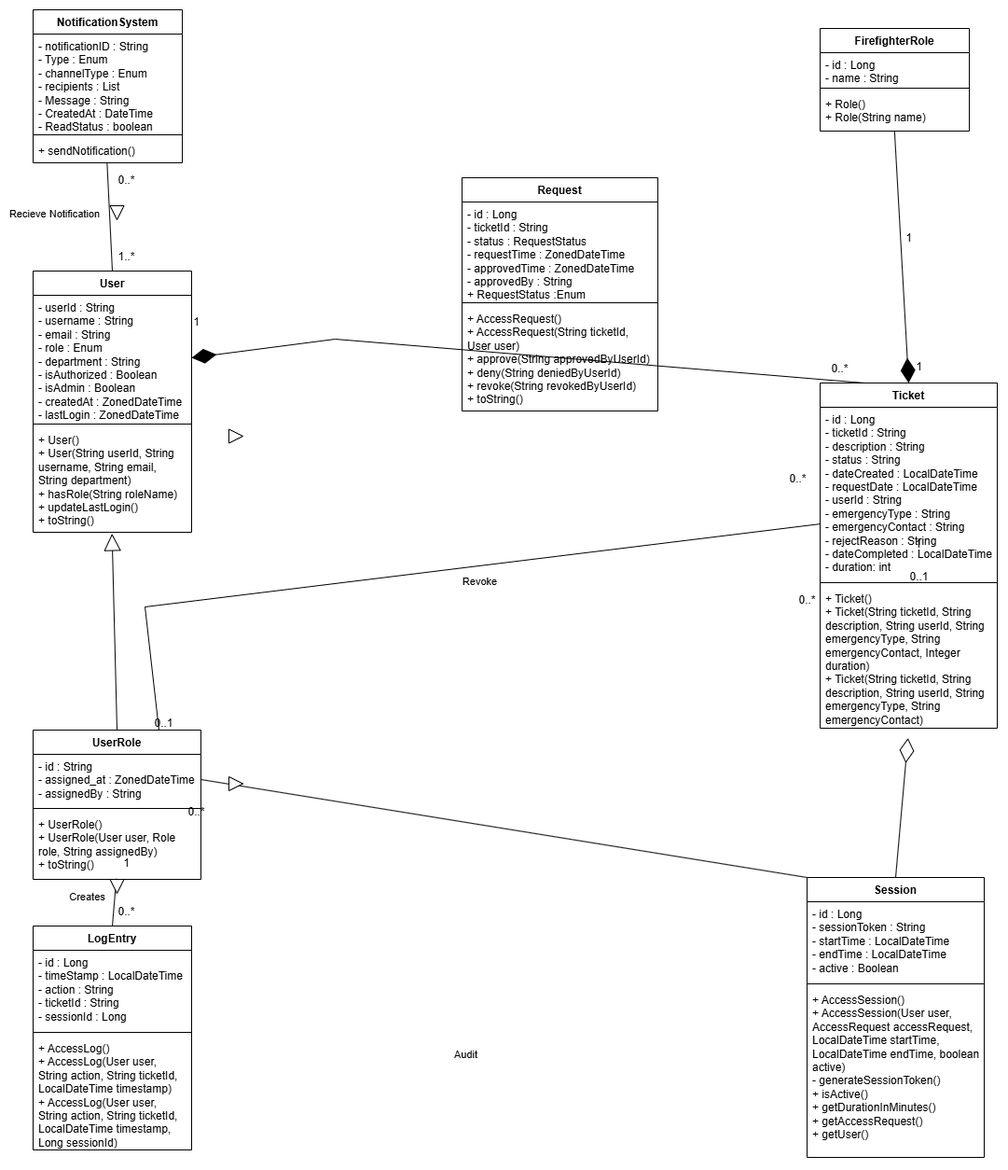
Before: Documentation/Domain Model.png, a diagram exported from draw.io (COS301-SE-2025/Fire-Fighter). Source tidied: cells renumbered, new cells last; positions are measured from the earlier drawing's top-left corner, leaving out a move shared by most shapes.
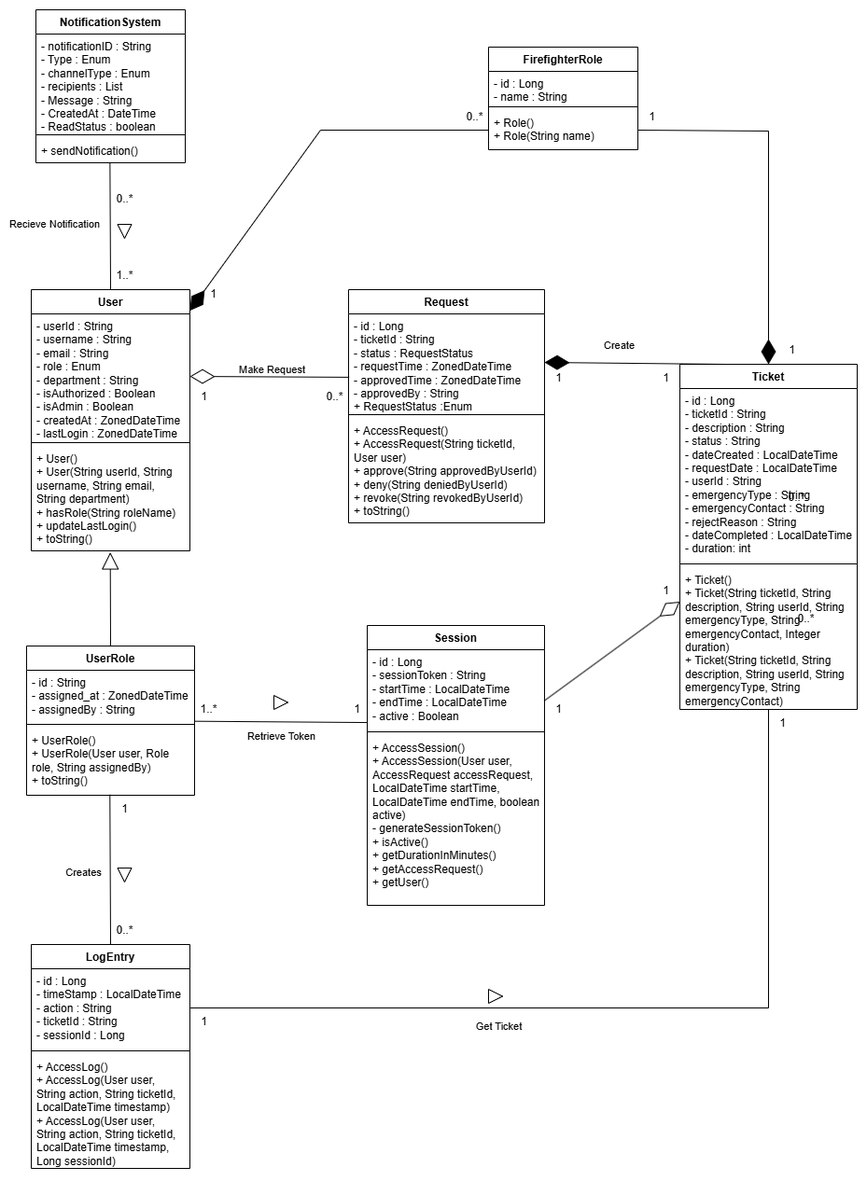
Later version of the same file.

The edit, as a diff of the source:
```diff
@@ -17,3 +17,3 @@
     <mxCell id="6" value="FirefighterRole" style="swimlane;fontStyle=1;align=center;verticalAlign=top;horizontal=1;startSize=26;whiteSpace=wrap;html=1;" parent="1" vertex="1">
-      <mxGeometry x="844" y="20" width="160" height="110" as="geometry" />
+      <mxGeometry x="490" y="20" width="160" height="110" as="geometry" />
     </mxCell>
@@ -29,3 +29,3 @@
     <mxCell id="10" value="Ticket&lt;div&gt;&lt;br&gt;&lt;/div&gt;" style="swimlane;fontStyle=1;align=center;verticalAlign=top;horizontal=1;startSize=26;whiteSpace=wrap;html=1;" parent="1" vertex="1">
-      <mxGeometry x="844" y="400" width="190" height="370" as="geometry" />
+      <mxGeometry x="695" y="360" width="190" height="370" as="geometry" />
     </mxCell>
@@ -41,3 +41,3 @@
     <mxCell id="14" value="Session" style="swimlane;fontStyle=1;align=center;verticalAlign=top;horizontal=1;startSize=26;whiteSpace=wrap;html=1;" parent="1" vertex="1">
-      <mxGeometry x="830" y="930" width="190" height="300" as="geometry" />
+      <mxGeometry x="360" y="640" width="190" height="300" as="geometry" />
     </mxCell>
@@ -53,3 +53,3 @@
     <mxCell id="18" value="UserRole" style="swimlane;fontStyle=1;align=center;verticalAlign=top;horizontal=1;startSize=26;whiteSpace=wrap;html=1;" parent="1" vertex="1">
-      <mxGeometry y="772" width="180" height="160" as="geometry" />
+      <mxGeometry x="-5" y="662" width="180" height="160" as="geometry" />
     </mxCell>
@@ -65,3 +65,3 @@
     <mxCell id="22" value="NotificationSystem" style="swimlane;fontStyle=1;align=center;verticalAlign=top;horizontal=1;startSize=26;whiteSpace=wrap;html=1;" parent="1" vertex="1">
-      <mxGeometry width="160" height="164" as="geometry" />
+      <mxGeometry x="5" y="-20" width="160" height="164" as="geometry" />
     </mxCell>
@@ -88,12 +88,17 @@
     </mxCell>
-    <mxCell id="30" style="endArrow=diamondThin;endFill=1;endSize=24;html=1;rounded=0;exitX=0.499;exitY=0.999;exitDx=0;exitDy=0;entryX=0.5;entryY=0;entryDx=0;entryDy=0;exitPerimeter=0;" parent="1" edge="1" source="9" target="10">
-      <mxGeometry relative="1" as="geometry" />
+    <mxCell id="30" style="endArrow=diamondThin;endFill=1;endSize=24;html=1;rounded=0;" parent="1" edge="1" source="9" target="2">
+      <mxGeometry relative="1" as="geometry">
+        <Array as="points">
+          <mxPoint x="310" y="109" />
+        </Array>
+      </mxGeometry>
     </mxCell>
-    <mxCell id="31" style="endArrow=diamondThin;endFill=1;endSize=24;html=1;rounded=0;exitX=0.25;exitY=0;exitDx=0;exitDy=0;entryX=1;entryY=0.5;entryDx=0;entryDy=0;" parent="1" edge="1" source="10" target="3">
-      <mxGeometry relative="1" as="geometry">
-        <Array as="points">
-          <mxPoint x="324" y="353" />
-        </Array>
-      </mxGeometry>
+    <mxCell id="31" style="endArrow=diamondThin;endFill=1;endSize=24;html=1;rounded=0;exitX=0.25;exitY=0;exitDx=0;exitDy=0;entryX=1;entryY=0.5;entryDx=0;entryDy=0;" parent="1" edge="1" source="10" target="61">
+      <mxGeometry relative="1" as="geometry" />
     </mxCell>
+    <mxCell id="64" value="Create" style="edgeLabel;html=1;align=center;verticalAlign=middle;" parent="31" vertex="1">
+      <mxGeometry x="-0.02" relative="1" as="geometry">
+        <mxPoint x="-18" y="-19" as="offset" />
+      </mxGeometry>
+    </mxCell>
     <mxCell id="32" style="endArrow=none;html=1;rounded=0;exitX=0.5;exitY=0;exitDx=0;exitDy=0;entryX=0.496;entryY=1.028;entryDx=0;entryDy=0;entryPerimeter=0;" parent="1" edge="1" source="2" target="25">
@@ -106,14 +111,2 @@
     </mxCell>
-    <mxCell id="34" style="endArrow=none;html=1;rounded=0;entryX=-0.001;entryY=0.68;entryDx=0;entryDy=0;exitX=0.75;exitY=0;exitDx=0;exitDy=0;entryPerimeter=0;" parent="1" edge="1" source="18" target="11">
-      <mxGeometry relative="1" as="geometry">
-        <Array as="points">
-          <mxPoint x="120" y="640" />
-        </Array>
-      </mxGeometry>
-    </mxCell>
-    <mxCell id="35" value="Revoke" style="edgeLabel;html=1;align=center;verticalAlign=middle;" parent="34" vertex="1">
-      <mxGeometry x="0.05" y="4" relative="1" as="geometry">
-        <mxPoint x="42" y="16" as="offset" />
-      </mxGeometry>
-    </mxCell>
     <mxCell id="36" style="endArrow=block;endSize=16;endFill=0;html=1;rounded=0;exitX=0.5;exitY=0;exitDx=0;exitDy=0;entryX=0.498;entryY=1.013;entryDx=0;entryDy=0;entryPerimeter=0;" parent="1" edge="1" source="18" target="5">
@@ -121,3 +114,3 @@
     </mxCell>
-    <mxCell id="37" style="endArrow=diamondThin;endFill=0;endSize=24;html=1;rounded=0;exitX=0.5;exitY=0;exitDx=0;exitDy=0;entryX=0.496;entryY=1.069;entryDx=0;entryDy=0;entryPerimeter=0;" parent="1" edge="1" source="14" target="13">
+    <mxCell id="37" style="endArrow=diamondThin;endFill=0;endSize=24;html=1;rounded=0;" parent="1" edge="1" source="14" target="10">
       <mxGeometry relative="1" as="geometry" />
@@ -125,15 +118,12 @@
     <mxCell id="38" style="triangle;whiteSpace=wrap;html=1;rotation=90;" parent="1" vertex="1">
-      <mxGeometry x="82.5" y="210" width="15" height="15" as="geometry" />
+      <mxGeometry x="92.5" y="210" width="15" height="15" as="geometry" />
     </mxCell>
-    <mxCell id="39" style="triangle;whiteSpace=wrap;html=1;rotation=0;" parent="1" vertex="1">
-      <mxGeometry x="210" y="449.5" width="15" height="15" as="geometry" />
-    </mxCell>
-    <mxCell id="40" style="endArrow=none;html=1;rounded=0;entryX=0;entryY=0;entryDx=0;entryDy=0;exitX=1;exitY=0.5;exitDx=0;exitDy=0;" parent="1" edge="1" source="19" target="14">
+    <mxCell id="40" style="endArrow=none;html=1;rounded=0;entryX=-0.001;entryY=0.929;entryDx=0;entryDy=0;entryPerimeter=0;" parent="1" edge="1" source="18" target="15">
       <mxGeometry relative="1" as="geometry" />
     </mxCell>
-    <mxCell id="41" value="Audit" style="edgeLabel;html=1;align=center;verticalAlign=middle;" parent="40" vertex="1">
-      <mxGeometry x="-0.14" y="1" relative="1" as="geometry">
-        <mxPoint x="4" y="251" as="offset" />
-      </mxGeometry>
-    </mxCell>
+    <mxCell id="65" value="Retrieve Token" style="edgeLabel;html=1;align=center;verticalAlign=middle;" parent="40" vertex="1">
+      <mxGeometry x="0.08" relative="1" as="geometry">
+        <mxPoint x="-7" y="15" as="offset" />
+      </mxGeometry>
+    </mxCell>
     <mxCell id="42" style="endArrow=none;html=1;rounded=0;exitX=0.5;exitY=0;exitDx=0;exitDy=0;entryX=0.496;entryY=0.991;entryDx=0;entryDy=0;entryPerimeter=0;" parent="1" edge="1" source="26" target="21">
@@ -147,6 +137,6 @@
     <mxCell id="44" style="triangle;whiteSpace=wrap;html=1;rotation=0;" parent="1" vertex="1">
-      <mxGeometry x="210" y="822" width="15" height="15" as="geometry" />
+      <mxGeometry x="260" y="715" width="15" height="15" as="geometry" />
     </mxCell>
     <mxCell id="45" style="triangle;whiteSpace=wrap;html=1;rotation=90;" parent="1" vertex="1">
-      <mxGeometry x="82.5" y="932" width="15" height="15" as="geometry" />
+      <mxGeometry x="92.5" y="900" width="15" height="15" as="geometry" />
     </mxCell>
@@ -159,7 +149,4 @@
     <mxCell id="48" value="1" style="text;html=1;align=center;verticalAlign=middle;strokeColor=none;fillColor=none;" parent="1" vertex="1">
-      <mxGeometry x="160" y="320" width="30" height="30" as="geometry" />
+      <mxGeometry x="650" y="80" width="30" height="30" as="geometry" />
     </mxCell>
-    <mxCell id="49" value="0..*" style="text;html=1;align=center;verticalAlign=middle;strokeColor=none;fillColor=none;" parent="1" vertex="1">
-      <mxGeometry x="845" y="370" width="40" height="30" as="geometry" />
-    </mxCell>
     <mxCell id="50" value="0..*" style="text;html=1;align=center;verticalAlign=middle;strokeColor=none;fillColor=none;" parent="1" vertex="1">
@@ -167,17 +154,2 @@
     </mxCell>
-    <mxCell id="51" value="0..1" style="text;html=1;align=center;verticalAlign=middle;strokeColor=none;fillColor=none;" parent="1" vertex="1">
-      <mxGeometry x="120" y="750" width="40" height="30" as="geometry" />
-    </mxCell>
-    <mxCell id="52" value="1" style="text;html=1;align=center;verticalAlign=middle;strokeColor=none;fillColor=none;" parent="1" vertex="1">
-      <mxGeometry x="935" y="368" width="30" height="30" as="geometry" />
-    </mxCell>
-    <mxCell id="53" value="1" style="text;html=1;align=center;verticalAlign=middle;strokeColor=none;fillColor=none;" parent="1" vertex="1">
-      <mxGeometry x="924" y="230" width="30" height="30" as="geometry" />
-    </mxCell>
-    <mxCell id="54" value="1" style="text;html=1;align=center;verticalAlign=middle;strokeColor=none;fillColor=none;" parent="1" vertex="1">
-      <mxGeometry x="934" y="558" width="30" height="30" as="geometry" />
-    </mxCell>
-    <mxCell id="55" value="0..1" style="text;html=1;align=center;verticalAlign=middle;strokeColor=none;fillColor=none;" parent="1" vertex="1">
-      <mxGeometry x="930" y="592.5" width="40" height="30" as="geometry" />
-    </mxCell>
     <mxCell id="56" value="0..*" style="text;html=1;align=center;verticalAlign=middle;strokeColor=none;fillColor=none;" parent="1" vertex="1">
@@ -185,4 +157,4 @@
     </mxCell>
-    <mxCell id="57" value="0..*" style="text;html=1;align=center;verticalAlign=middle;strokeColor=none;fillColor=none;" parent="1" vertex="1">
-      <mxGeometry x="155" y="844.5" width="40" height="30" as="geometry" />
+    <mxCell id="57" value="1" style="text;html=1;align=center;verticalAlign=middle;strokeColor=none;fillColor=none;" parent="1" vertex="1">
+      <mxGeometry x="85" y="822" width="30" height="30" as="geometry" />
     </mxCell>
@@ -191,7 +163,4 @@
     </mxCell>
-    <mxCell id="59" value="1" style="text;html=1;align=center;verticalAlign=middle;strokeColor=none;fillColor=none;" parent="1" vertex="1">
-      <mxGeometry x="85" y="900" width="30" height="30" as="geometry" />
-    </mxCell>
     <mxCell id="60" value="Request" style="swimlane;fontStyle=1;align=center;verticalAlign=top;horizontal=1;startSize=26;whiteSpace=wrap;html=1;" parent="1" vertex="1">
-      <mxGeometry x="460" y="180" width="210" height="250" as="geometry" />
+      <mxGeometry x="340" y="280" width="210" height="250" as="geometry" />
     </mxCell>
@@ -206,2 +175,71 @@
     </mxCell>
+    <mxCell id="66" style="endArrow=diamondThin;endFill=0;endSize=24;html=1;rounded=0;exitX=0.003;exitY=0.653;exitDx=0;exitDy=0;entryX=1;entryY=0.5;entryDx=0;entryDy=0;exitPerimeter=0;" parent="1" edge="1" source="61" target="3">
+      <mxGeometry relative="1" as="geometry" />
+    </mxCell>
+    <mxCell id="67" value="Make Request" style="edgeLabel;html=1;align=center;verticalAlign=middle;" parent="66" vertex="1">
+      <mxGeometry x="-0.17" y="3" relative="1" as="geometry">
+        <mxPoint x="-13" y="-11" as="offset" />
+      </mxGeometry>
+    </mxCell>
+    <mxCell id="68" style="endArrow=diamondThin;endFill=1;endSize=24;html=1;rounded=0;exitX=1;exitY=0.5;exitDx=0;exitDy=0;entryX=0.5;entryY=0;entryDx=0;entryDy=0;" parent="1" edge="1" source="9" target="10">
+      <mxGeometry relative="1" as="geometry">
+        <Array as="points">
+          <mxPoint x="790" y="110" />
+        </Array>
+      </mxGeometry>
+    </mxCell>
+    <mxCell id="69" style="endArrow=none;html=1;rounded=0;exitX=1;exitY=0.5;exitDx=0;exitDy=0;" parent="1" edge="1" source="27" target="13">
+      <mxGeometry relative="1" as="geometry">
+        <Array as="points">
+          <mxPoint x="790" y="1050" />
+        </Array>
+      </mxGeometry>
+    </mxCell>
+    <mxCell id="70" value="Get Ticket" style="edgeLabel;html=1;align=center;verticalAlign=middle;" parent="69" vertex="1">
+      <mxGeometry x="-0.27" y="1" relative="1" as="geometry">
+        <mxPoint x="-15" y="21" as="offset" />
+      </mxGeometry>
+    </mxCell>
+    <mxCell id="71" style="triangle;whiteSpace=wrap;html=1;rotation=0;" parent="1" vertex="1">
+      <mxGeometry x="490" y="1030" width="15" height="15" as="geometry" />
+    </mxCell>
+    <mxCell id="72" value="1" style="text;html=1;align=center;verticalAlign=middle;strokeColor=none;fillColor=none;" parent="1" vertex="1">
+      <mxGeometry x="800" y="330" width="30" height="30" as="geometry" />
+    </mxCell>
+    <mxCell id="73" value="1" style="text;html=1;align=center;verticalAlign=middle;strokeColor=none;fillColor=none;" parent="1" vertex="1">
+      <mxGeometry x="170" y="380" width="30" height="30" as="geometry" />
+    </mxCell>
+    <mxCell id="49" value="0..*" style="text;html=1;align=center;verticalAlign=middle;strokeColor=none;fillColor=none;" parent="1" vertex="1">
+      <mxGeometry x="305" y="380" width="40" height="30" as="geometry" />
+    </mxCell>
+    <mxCell id="74" value="1" style="text;html=1;align=center;verticalAlign=middle;strokeColor=none;fillColor=none;" parent="1" vertex="1">
+      <mxGeometry x="550" y="360" width="30" height="30" as="geometry" />
+    </mxCell>
+    <mxCell id="75" value="1" style="text;html=1;align=center;verticalAlign=middle;strokeColor=none;fillColor=none;" parent="1" vertex="1">
+      <mxGeometry x="665" y="360" width="30" height="30" as="geometry" />
+    </mxCell>
+    <mxCell id="76" value="0..*&lt;span style=&quot;color: rgba(0, 0, 0, 0); font-family: monospace; font-size: 0px; text-align: start;&quot;&gt;%3CmxGraphModel%3E%3Croot%3E%3CmxCell%20id%3D%220%22%2F%3E%3CmxCell%20id%3D%221%22%20parent%3D%220%22%2F%3E%3CmxCell%20id%3D%222%22%20value%3D%221%22%20style%3D%22text%3Bhtml%3D1%3Balign%3Dcenter%3BverticalAlign%3Dmiddle%3Bresizable%3D0%3Bpoints%3D%5B%5D%3Bautosize%3D1%3BstrokeColor%3Dnone%3BfillColor%3Dnone%3B%22%20vertex%3D%221%22%20parent%3D%221%22%3E%3CmxGeometry%20x%3D%22220%22%20y%3D%22-760%22%20width%3D%2230%22%20height%3D%2230%22%20as%3D%22geometry%22%2F%3E%3C%2FmxCell%3E%3C%2Froot%3E%3C%2FmxGraphModel%3E&lt;/span&gt;" style="text;html=1;align=center;verticalAlign=middle;strokeColor=none;fillColor=none;" parent="1" vertex="1">
+      <mxGeometry x="455" y="80" width="40" height="30" as="geometry" />
+    </mxCell>
+    <mxCell id="77" value="1" style="text;html=1;align=center;verticalAlign=middle;strokeColor=none;fillColor=none;" parent="1" vertex="1">
+      <mxGeometry x="180" y="270" width="30" height="30" as="geometry" />
+    </mxCell>
+    <mxCell id="78" value="1" style="text;html=1;align=center;verticalAlign=middle;strokeColor=none;fillColor=none;" parent="1" vertex="1">
+      <mxGeometry x="334" y="715" width="30" height="30" as="geometry" />
+    </mxCell>
+    <mxCell id="79" value="1..*" style="text;html=1;align=center;verticalAlign=middle;strokeColor=none;fillColor=none;" parent="1" vertex="1">
+      <mxGeometry x="170" y="715" width="40" height="30" as="geometry" />
+    </mxCell>
+    <mxCell id="80" value="1" style="text;html=1;align=center;verticalAlign=middle;strokeColor=none;fillColor=none;" parent="1" vertex="1">
+      <mxGeometry x="550" y="715" width="30" height="30" as="geometry" />
+    </mxCell>
+    <mxCell id="81" value="1" style="text;html=1;align=center;verticalAlign=middle;strokeColor=none;fillColor=none;" parent="1" vertex="1">
+      <mxGeometry x="665" y="588" width="30" height="30" as="geometry" />
+    </mxCell>
+    <mxCell id="82" value="1" style="text;html=1;align=center;verticalAlign=middle;strokeColor=none;fillColor=none;" parent="1" vertex="1">
+      <mxGeometry x="170" y="1050" width="30" height="30" as="geometry" />
+    </mxCell>
+    <mxCell id="83" value="1" style="text;html=1;align=center;verticalAlign=middle;strokeColor=none;fillColor=none;" parent="1" vertex="1">
+      <mxGeometry x="790" y="730" width="30" height="30" as="geometry" />
+    </mxCell>
   </root>
```
